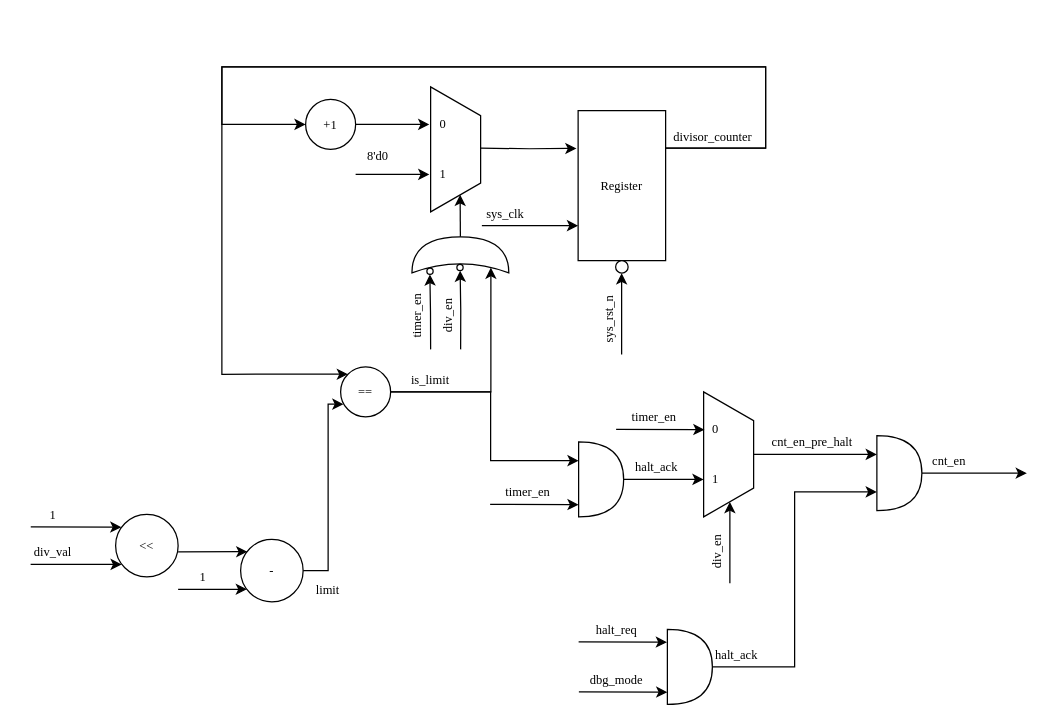
Before: page "Counter Control Logic" (2 of 6) of block_diagram/timer.drawio in tom1209-netizen/Timer, a draw.io diagram. Source tidied: cells renumbered, new cells numbered last; positions are measured from the earlier drawing's top-left corner, leaving out a move shared by most shapes. Both pictures are drawn from the tidied source at 125%, with x=0, y=0 at pixel (28, 66).
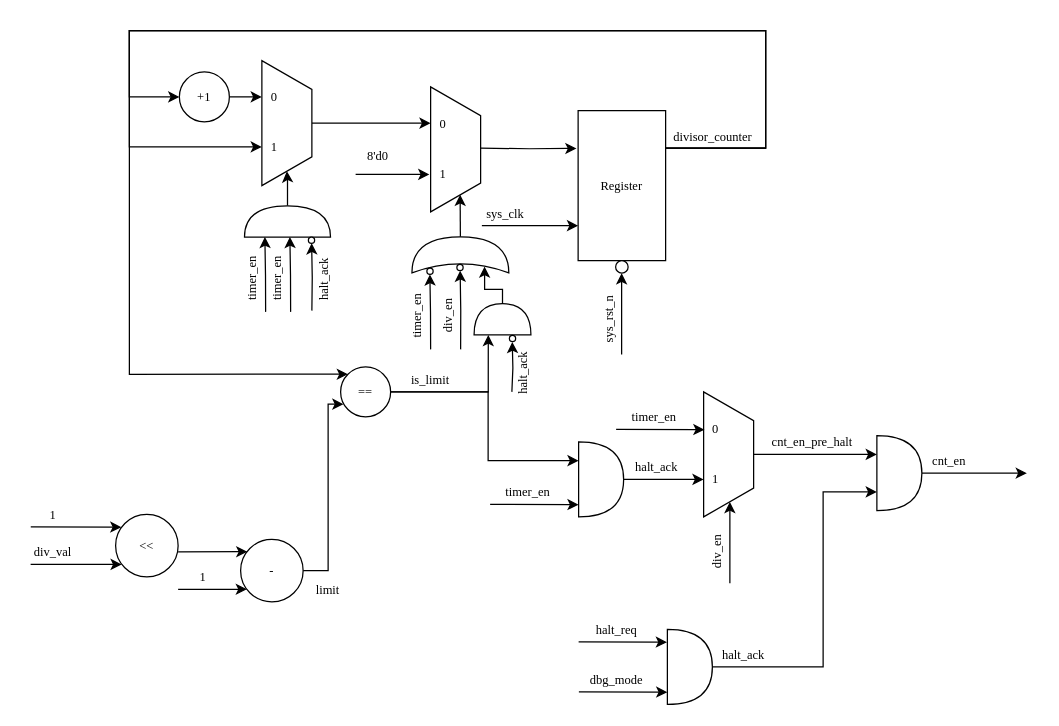
After the change.

Commit message (it also covers changes not shown here):
Feat: update report and counter control diagram

The change refers to these unchanged cells:
```xml
<mxCell id="14" style="shape=or;whiteSpace=wrap;html=1;fontFamily=Times New Roman;fontSize=10;" parent="1" vertex="1">
  <mxGeometry x="511.4" y="450" width="36" height="60" as="geometry" />
</mxCell>
<mxCell id="21" style="shape=xor;whiteSpace=wrap;html=1;rotation=-90;fontFamily=Times New Roman;fontSize=10;" parent="1" vertex="1">
  <mxGeometry x="331.4" y="111.6" width="28.8" height="77.5" as="geometry" />
</mxCell>
<mxCell id="32" style="verticalLabelPosition=middle;verticalAlign=middle;html=1;shape=trapezoid;perimeter=trapezoidPerimeter;whiteSpace=wrap;size=0.23;arcSize=10;flipV=1;labelPosition=center;align=center;rotation=-90;fontFamily=Times New Roman;fontSize=10;" parent="31" vertex="1">
  <mxGeometry x="-30" y="30" width="100" height="40" as="geometry" />
</mxCell>
<mxCell id="33" value="0" style="text;html=1;align=center;verticalAlign=middle;whiteSpace=wrap;rounded=0;fontFamily=Times New Roman;fontSize=10;" parent="31" vertex="1">
  <mxGeometry y="14" width="20" height="30" as="geometry" />
</mxCell>
<mxCell id="38" value="Register" style="rounded=0;whiteSpace=wrap;html=1;rotation=90;horizontal=0;fontFamily=Times New Roman;fontSize=10;" parent="1" vertex="1">
  <mxGeometry x="415" y="60" width="120" height="70" as="geometry" />
</mxCell>
<mxCell id="54" style="shape=or;whiteSpace=wrap;html=1;fontFamily=Times New Roman;fontSize=10;" parent="1" vertex="1">
  <mxGeometry x="440.4" y="300" width="36" height="60" as="geometry" />
</mxCell>
<mxCell id="63" style="shape=or;whiteSpace=wrap;html=1;fontFamily=Times New Roman;fontSize=10;" parent="1" vertex="1">
  <mxGeometry x="679" y="295" width="36" height="60" as="geometry" />
</mxCell>
<mxCell id="68" value="==" style="ellipse;whiteSpace=wrap;html=1;fontFamily=Times New Roman;fontSize=10;" parent="1" vertex="1">
  <mxGeometry x="250" y="240" width="40" height="40" as="geometry" />
</mxCell>
```

Change to the diagram source:
```diff
@@
     <mxCell id="13" style="edgeStyle=orthogonalEdgeStyle;rounded=0;jettySize=auto;html=1;fontFamily=Times New Roman;fontSize=10;entryX=0;entryY=0.75;entryDx=0;entryDy=0;entryPerimeter=0;" parent="1" edge="1" source="14" target="63">
-      <mxGeometry relative="1" as="geometry" />
+      <mxGeometry relative="1" as="geometry">
+        <Array as="points">
+          <mxPoint x="636" y="480" />
+          <mxPoint x="636" y="340" />
+        </Array>
+      </mxGeometry>
     </mxCell>
@@
     <mxCell id="19" value="halt_ack" style="text;html=1;align=center;verticalAlign=middle;whiteSpace=wrap;rounded=0;fontFamily=Times New Roman;fontSize=10;" parent="1" vertex="1">
-      <mxGeometry x="540.4" y="460" width="54" height="20" as="geometry" />
+      <mxGeometry x="547.4" y="460" width="50.6" height="20" as="geometry" />
     </mxCell>
@@
-    <mxCell id="28" style="endArrow=classic;html=1;rounded=0;entryX=0.7;entryY=1.026;entryDx=0;entryDy=0;entryPerimeter=0;fontFamily=Times New Roman;fontSize=10;" parent="1" edge="1" target="32">
-      <mxGeometry relative="1" as="geometry">
-        <mxPoint x="262" y="46" as="sourcePoint" />
-      </mxGeometry>
-    </mxCell>
@@
     <mxCell id="36" style="edgeStyle=orthogonalEdgeStyle;rounded=0;jettySize=auto;html=1;exitX=0.25;exitY=0;exitDx=0;exitDy=0;entryX=0;entryY=0.5;entryDx=0;entryDy=0;fontFamily=Times New Roman;fontSize=10;" parent="1" edge="1" source="38" target="44">
       <mxGeometry relative="1" as="geometry">
         <Array as="points">
           <mxPoint x="590" y="65" />
-          <mxPoint x="590" />
-          <mxPoint x="155" />
-          <mxPoint x="155" y="46" />
+          <mxPoint x="590" y="-29" />
+          <mxPoint x="81" y="-29" />
+          <mxPoint x="81" y="24" />
         </Array>
       </mxGeometry>
     </mxCell>
     <mxCell id="37" style="edgeStyle=orthogonalEdgeStyle;rounded=0;jettySize=auto;html=1;exitX=0.25;exitY=0;exitDx=0;exitDy=0;entryX=0;entryY=0;entryDx=0;entryDy=0;fontFamily=Times New Roman;fontSize=10;" parent="1" edge="1" source="38" target="68">
       <mxGeometry relative="1" as="geometry">
         <Array as="points">
           <mxPoint x="590" y="65" />
-          <mxPoint x="590" />
-          <mxPoint x="155" />
-          <mxPoint x="155" y="246" />
+          <mxPoint x="590" y="-29" />
+          <mxPoint x="81" y="-29" />
+          <mxPoint x="81" y="246" />
         </Array>
       </mxGeometry>
     </mxCell>
+    <mxCell id="69" style="edgeStyle=orthogonalEdgeStyle;rounded=0;jettySize=auto;html=1;exitX=0.25;exitY=0;exitDx=0;exitDy=0;entryX=0;entryY=0.5;entryDx=0;entryDy=0;" parent="1" edge="1" source="38" target="79">
+      <mxGeometry relative="1" as="geometry">
+        <Array as="points">
+          <mxPoint x="590" y="65" />
+          <mxPoint x="590" y="-29" />
+          <mxPoint x="81" y="-29" />
+          <mxPoint x="81" y="64" />
+        </Array>
+      </mxGeometry>
+    </mxCell>
@@
+    <mxCell id="70" style="edgeStyle=orthogonalEdgeStyle;rounded=0;jettySize=auto;html=1;entryX=0;entryY=0.5;entryDx=0;entryDy=0;" parent="1" edge="1" source="44" target="78">
+      <mxGeometry relative="1" as="geometry" />
+    </mxCell>
     <mxCell id="44" value="+1" style="ellipse;whiteSpace=wrap;html=1;fontFamily=Times New Roman;fontSize=10;" parent="1" vertex="1">
-      <mxGeometry x="222" y="26" width="40" height="40" as="geometry" />
+      <mxGeometry x="121" y="4" width="40" height="40" as="geometry" />
     </mxCell>
-    <mxCell id="45" style="edgeStyle=orthogonalEdgeStyle;rounded=0;jettySize=auto;html=1;entryX=0.145;entryY=0.815;entryDx=0;entryDy=0;entryPerimeter=0;fontFamily=Times New Roman;fontSize=10;" parent="1" edge="1" source="68" target="21">
-      <mxGeometry relative="1" as="geometry" />
-    </mxCell>
@@
     <mxCell id="58" style="edgeStyle=orthogonalEdgeStyle;rounded=0;jettySize=auto;html=1;entryX=0;entryY=0.25;entryDx=0;entryDy=0;entryPerimeter=0;exitX=1;exitY=0.5;exitDx=0;exitDy=0;fontFamily=Times New Roman;fontSize=10;" parent="1" edge="1" source="68" target="54">
       <mxGeometry relative="1" as="geometry">
         <Array as="points">
-          <mxPoint x="370" y="260" />
-          <mxPoint x="370" y="315" />
+          <mxPoint x="368" y="260" />
+          <mxPoint x="368" y="315" />
         </Array>
       </mxGeometry>
     </mxCell>
@@
+    <mxCell id="71" style="shape=or;whiteSpace=wrap;html=1;fontFamily=Times New Roman;fontSize=10;rotation=-90;" parent="1" vertex="1">
+      <mxGeometry x="367" y="179.2" width="25" height="45.5" as="geometry" />
+    </mxCell>
+    <mxCell id="72" style="edgeStyle=orthogonalEdgeStyle;rounded=0;jettySize=auto;html=1;exitX=1;exitY=0.5;exitDx=0;exitDy=0;entryX=0;entryY=0.25;entryDx=0;entryDy=0;entryPerimeter=0;" parent="1" edge="1" source="68" target="71">
+      <mxGeometry relative="1" as="geometry" />
+    </mxCell>
+    <mxCell id="73" style="ellipse;whiteSpace=wrap;html=1;fontFamily=Times New Roman;fontSize=10;" parent="1" vertex="1">
+      <mxGeometry x="385" y="214.8" width="5" height="5" as="geometry" />
+    </mxCell>
+    <mxCell id="74" value="halt_ack" style="text;html=1;align=center;verticalAlign=middle;whiteSpace=wrap;rounded=0;rotation=-90;fontFamily=Times New Roman;fontSize=10;" parent="1" vertex="1">
+      <mxGeometry x="376.1" y="235" width="38.9" height="20" as="geometry" />
+    </mxCell>
+    <mxCell id="75" style="edgeStyle=orthogonalEdgeStyle;rounded=0;jettySize=auto;html=1;exitX=1;exitY=0.5;exitDx=0;exitDy=0;exitPerimeter=0;entryX=0.175;entryY=0.75;entryDx=0;entryDy=0;entryPerimeter=0;" parent="1" edge="1" source="71" target="21">
+      <mxGeometry relative="1" as="geometry">
+        <Array as="points">
+          <mxPoint x="379" y="178" />
+          <mxPoint x="365" y="178" />
+          <mxPoint x="365" y="160" />
+        </Array>
+      </mxGeometry>
+    </mxCell>
+    <mxCell id="76" style="edgeStyle=orthogonalEdgeStyle;rounded=0;jettySize=auto;html=1;exitX=0.5;exitY=1;exitDx=0;exitDy=0;entryX=0;entryY=0.5;entryDx=0;entryDy=0;" parent="1" edge="1" source="77" target="33">
+      <mxGeometry relative="1" as="geometry" />
+    </mxCell>
+    <mxCell id="77" style="verticalLabelPosition=middle;verticalAlign=middle;html=1;shape=trapezoid;perimeter=trapezoidPerimeter;whiteSpace=wrap;size=0.23;arcSize=10;flipV=1;labelPosition=center;align=center;rotation=-90;fontFamily=Times New Roman;fontSize=10;" parent="1" vertex="1">
+      <mxGeometry x="157" y="25" width="100" height="40" as="geometry" />
+    </mxCell>
+    <mxCell id="78" value="0" style="text;html=1;align=center;verticalAlign=middle;whiteSpace=wrap;rounded=0;fontFamily=Times New Roman;fontSize=10;" parent="1" vertex="1">
+      <mxGeometry x="187" y="9" width="20" height="30" as="geometry" />
+    </mxCell>
+    <mxCell id="79" value="1" style="text;html=1;align=center;verticalAlign=middle;whiteSpace=wrap;rounded=0;fontFamily=Times New Roman;fontSize=10;" parent="1" vertex="1">
+      <mxGeometry x="187" y="49" width="20" height="30" as="geometry" />
+    </mxCell>
+    <mxCell id="80" style="edgeStyle=orthogonalEdgeStyle;rounded=0;jettySize=auto;html=1;entryX=0;entryY=0.5;entryDx=0;entryDy=0;" parent="1" edge="1" source="81" target="77">
+      <mxGeometry relative="1" as="geometry" />
+    </mxCell>
+    <mxCell id="81" style="shape=or;whiteSpace=wrap;html=1;fontFamily=Times New Roman;fontSize=10;rotation=-90;" parent="1" vertex="1">
+      <mxGeometry x="195" y="89.2" width="25" height="68.8" as="geometry" />
+    </mxCell>
+    <mxCell id="82" style="edgeStyle=orthogonalEdgeStyle;rounded=0;orthogonalLoop=1;jettySize=auto;html=1;exitX=0.175;exitY=0.25;exitDx=0;exitDy=0;exitPerimeter=0;startArrow=classic;startFill=1;endArrow=none;endFill=0;fontFamily=Times New Roman;fontSize=10;" parent="1" edge="1">
+      <mxGeometry relative="1" as="geometry">
+        <mxPoint x="189.4" y="136" as="sourcePoint" />
+        <mxPoint x="190" y="196" as="targetPoint" />
+      </mxGeometry>
+    </mxCell>
+    <mxCell id="83" value="timer_en" style="text;html=1;align=center;verticalAlign=middle;whiteSpace=wrap;rounded=0;rotation=-90;fontFamily=Times New Roman;fontSize=10;" parent="1" vertex="1">
+      <mxGeometry x="154" y="159.1" width="49.4" height="20" as="geometry" />
+    </mxCell>
+    <mxCell id="84" style="edgeStyle=orthogonalEdgeStyle;rounded=0;orthogonalLoop=1;jettySize=auto;html=1;exitX=0.175;exitY=0.25;exitDx=0;exitDy=0;exitPerimeter=0;startArrow=classic;startFill=1;endArrow=none;endFill=0;fontFamily=Times New Roman;fontSize=10;" parent="1" edge="1">
+      <mxGeometry relative="1" as="geometry">
+        <mxPoint x="209.4" y="136" as="sourcePoint" />
+        <mxPoint x="210" y="196" as="targetPoint" />
+      </mxGeometry>
+    </mxCell>
+    <mxCell id="85" value="timer_en" style="text;html=1;align=center;verticalAlign=middle;whiteSpace=wrap;rounded=0;rotation=-90;fontFamily=Times New Roman;fontSize=10;" parent="1" vertex="1">
+      <mxGeometry x="174" y="159.1" width="49.4" height="20" as="geometry" />
+    </mxCell>
+    <mxCell id="86" style="edgeStyle=orthogonalEdgeStyle;rounded=0;orthogonalLoop=1;jettySize=auto;html=1;exitX=0.175;exitY=0.25;exitDx=0;exitDy=0;exitPerimeter=0;startArrow=classic;startFill=1;endArrow=none;endFill=0;fontFamily=Times New Roman;fontSize=10;" parent="1" edge="1">
+      <mxGeometry relative="1" as="geometry">
+        <mxPoint x="226.8" y="141.1" as="sourcePoint" />
+        <mxPoint x="227" y="195" as="targetPoint" />
+      </mxGeometry>
+    </mxCell>
+    <mxCell id="87" style="ellipse;whiteSpace=wrap;html=1;fontFamily=Times New Roman;fontSize=10;" parent="1" vertex="1">
+      <mxGeometry x="224.2" y="136.1" width="5" height="5" as="geometry" />
+    </mxCell>
+    <mxCell id="88" value="halt_ack" style="text;html=1;align=center;verticalAlign=middle;whiteSpace=wrap;rounded=0;rotation=-90;fontFamily=Times New Roman;fontSize=10;" parent="1" vertex="1">
+      <mxGeometry x="215.9" y="160.2" width="42.1" height="20" as="geometry" />
+    </mxCell>
+    <mxCell id="89" style="edgeStyle=orthogonalEdgeStyle;rounded=0;orthogonalLoop=1;jettySize=auto;html=1;exitX=0.175;exitY=0.25;exitDx=0;exitDy=0;exitPerimeter=0;startArrow=classic;startFill=1;endArrow=none;endFill=0;fontFamily=Times New Roman;fontSize=10;" parent="1" edge="1">
+      <mxGeometry relative="1" as="geometry">
+        <mxPoint x="387.3" y="220" as="sourcePoint" />
+        <mxPoint x="387" y="260" as="targetPoint" />
+      </mxGeometry>
+    </mxCell>
```
